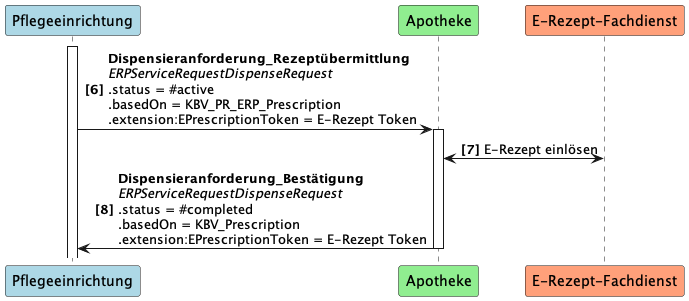
Earlier version of the PlantUML export guides/ig-rezeptanforderung/images/puml_images/UC1_2.png (gematik/spec-E-Rezept-ServiceRequest). The source it was exported from:
```plantuml
@startuml UC1_2
autonumber 6 "<b>[0]"
participant Pflegeeinrichtung as PE #LightBlue
participant Apotheke as A #LightGreen
participant "E-Rezept-Fachdienst" as FD #LightSalmon

activate PE
PE -> A++: <b>Dispensieranforderung_Rezeptübermittlung \n<i>ERPServiceRequestDispenseRequest \n.status = #active \n.basedOn = KBV_PR_ERP_Prescription \n.extension:EPrescriptionToken = E-Rezept Token
A <-> FD: E-Rezept einlösen
A -> PE--: <b>Dispensieranforderung_Bestätigung \n<i>ERPServiceRequestDispenseRequest \n.status = #completed \n.basedOn = KBV_Prescription \n.extension:EPrescriptionToken = E-Rezept Token
@enduml
```
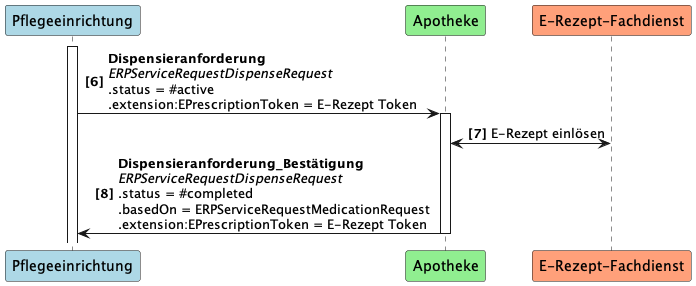
The same file after the commit.

What changed in the source:
```diff
@@ -5,7 +5,7 @@
 participant "E-Rezept-Fachdienst" as FD #LightSalmon
 
 activate PE
-PE -> A++: <b>Dispensieranforderung_Rezeptübermittlung \n<i>ERPServiceRequestDispenseRequest \n.status = #active \n.basedOn = KBV_PR_ERP_Prescription \n.extension:EPrescriptionToken = E-Rezept Token
+PE -> A++: <b>Dispensieranforderung \n<i>ERPServiceRequestDispenseRequest \n.status = #active \n.extension:EPrescriptionToken = E-Rezept Token
 A <-> FD: E-Rezept einlösen
-A -> PE--: <b>Dispensieranforderung_Bestätigung \n<i>ERPServiceRequestDispenseRequest \n.status = #completed \n.basedOn = KBV_Prescription \n.extension:EPrescriptionToken = E-Rezept Token
+A -> PE--: <b>Dispensieranforderung_Bestätigung \n<i>ERPServiceRequestDispenseRequest \n.status = #completed \n.basedOn = ERPServiceRequestMedicationRequest \n.extension:EPrescriptionToken = E-Rezept Token
 @enduml
```
